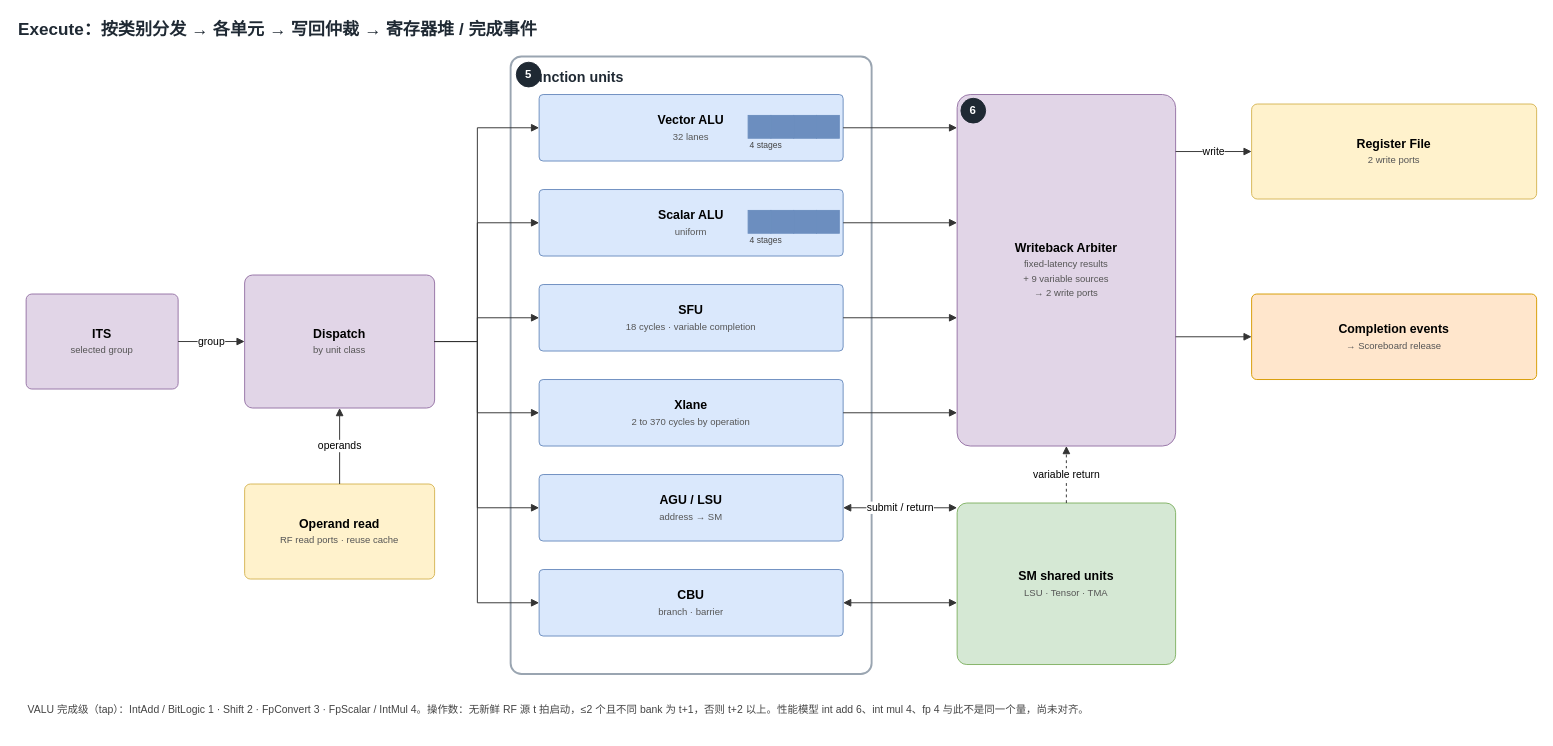
WHUDYF/PPT-generate keeps this draw.io diagram as projects/currygpu_subcore_ppt169_20261004/sources/04-execute.drawio. Above is the earlier version. Source tidied: cells renumbered, new cells numbered last; positions are measured from the earlier drawing's top-left corner, leaving out a move shared by most shapes. Both pictures are drawn from the tidied source at 95%, with x=0, y=0 at pixel (16, 16).
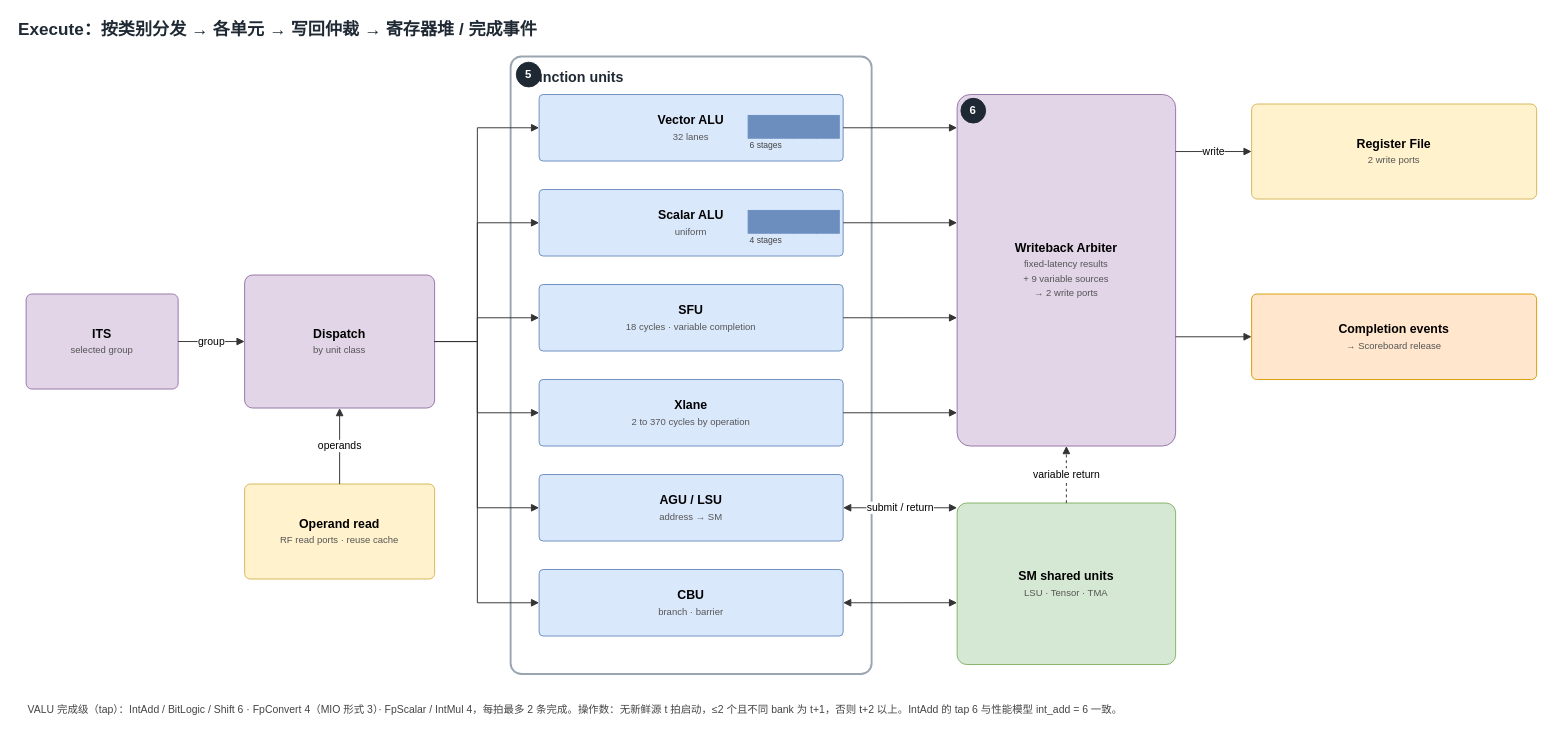
Above is the later version.

Change to the diagram source:
```diff
@@
-    <mxCell id="12" value="4 stages" style="text;html=1;align=left;verticalAlign=middle;whiteSpace=wrap;fontSize=9;fontColor=#444444;" parent="1" vertex="1">
+    <mxCell id="12" value="6 stages" style="text;html=1;align=left;verticalAlign=middle;whiteSpace=wrap;fontSize=9;fontColor=#444444;" parent="1" vertex="1">
       <mxGeometry x="770" y="128" width="100" height="16" as="geometry" />
     </mxCell>
@@
-    <mxCell id="44" value="VALU 完成级（tap）：IntAdd / BitLogic 1 · Shift 2 · FpConvert 3 · FpScalar / IntMul 4。操作数：无新鲜 RF 源 t 拍启动，≤2 个且不同 bank 为 t+1，否则 t+2 以上。性能模型 int add 6、int mul 4、fp 4 与此不是同一个量，尚未对齐。" style="text;html=1;align=left;verticalAlign=middle;whiteSpace=wrap;fontSize=11;fontColor=#444444;" parent="1" vertex="1">
+    <mxCell id="44" value="VALU 完成级（tap）：IntAdd / BitLogic / Shift 6 · FpConvert 4（MIO 形式 3）· FpScalar / IntMul 4，每拍最多 2 条完成。操作数：无新鲜源 t 拍启动，≤2 个且不同 bank 为 t+1，否则 t+2 以上。IntAdd 的 tap 6 与性能模型 int_add = 6 一致。" style="text;html=1;align=left;verticalAlign=middle;whiteSpace=wrap;fontSize=11;fontColor=#444444;" parent="1" vertex="1">
       <mxGeometry x="10" y="707" width="1500" height="44" as="geometry" />
     </mxCell>
```
